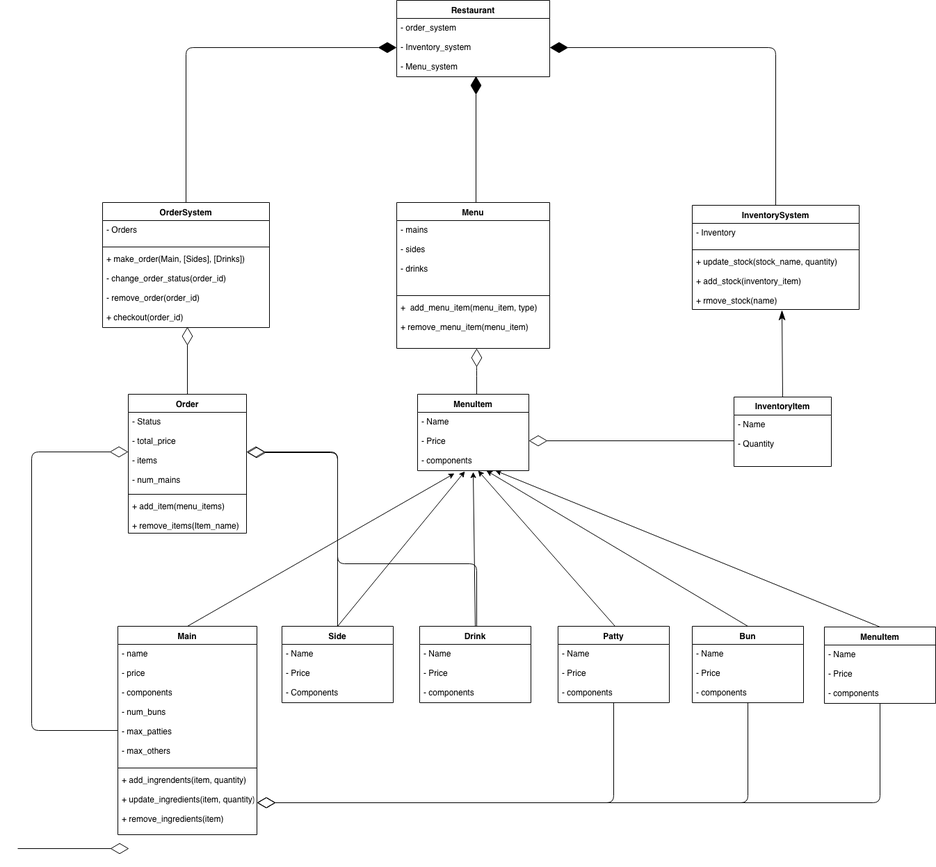
This is docs/uml_diagram.png from peterhuyxuan/SelfOrderingFoodSystem, a draw.io export, as it was before one commit. Source tidied: cells renumbered, new cells last; positions are measured from the earlier drawing's top-left corner, leaving out a move shared by most shapes.
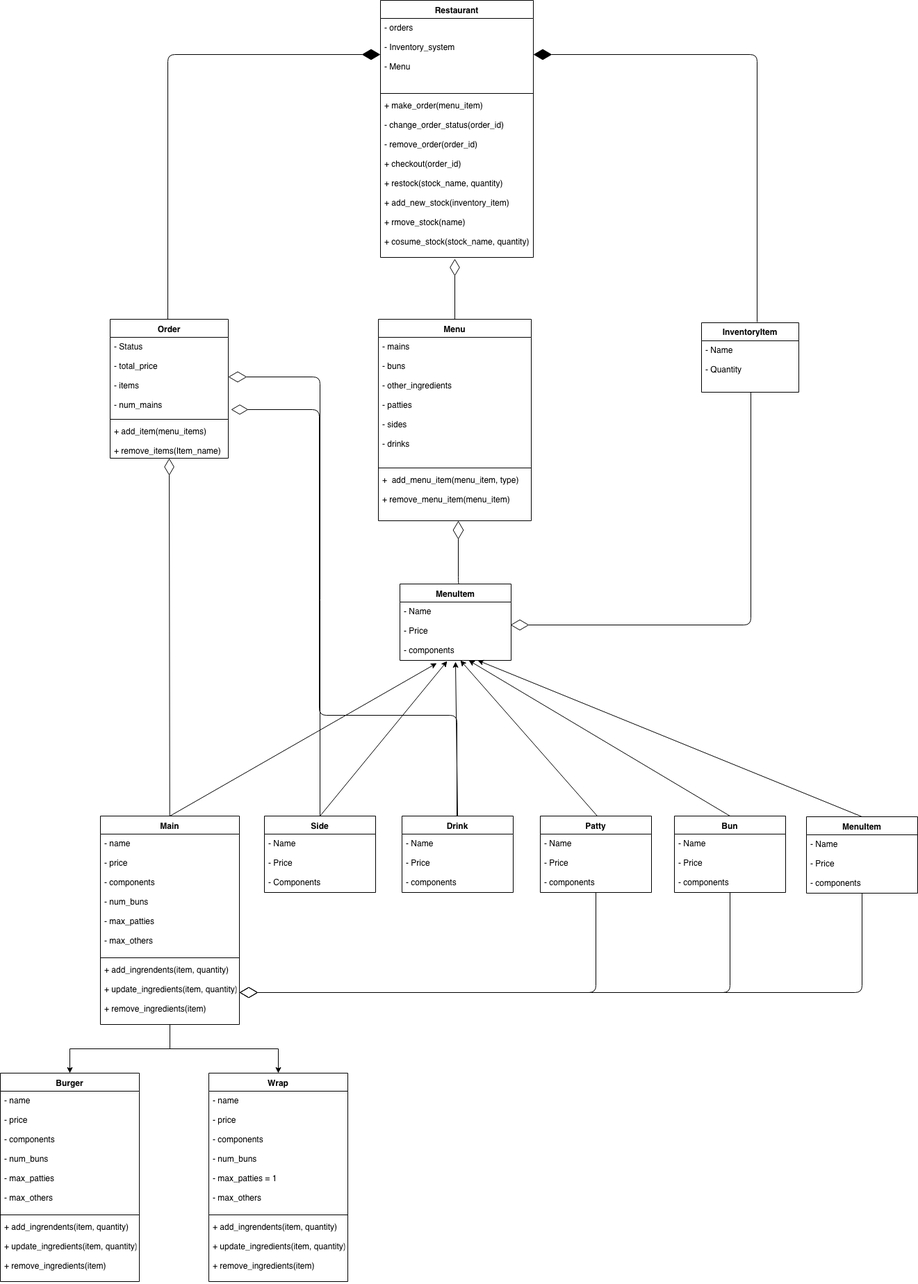
After the change.

Commit message:
added details for menu

What changed in the source:
```diff
@@ -3,66 +3,49 @@
     <mxCell id="0" />
     <mxCell id="1" parent="0" />
     <mxCell id="2" value="Restaurant" style="swimlane;fontStyle=1;align=center;verticalAlign=top;horizontal=1;startSize=26;" parent="1" vertex="1">
-      <mxGeometry x="545" width="220" height="110" as="geometry" />
+      <mxGeometry x="547" y="-273" width="220" height="370" as="geometry" />
     </mxCell>
-    <mxCell id="3" value="- order_system&#10;&#10;- Inventory_system&#10;&#10;- Menu_system&#10;&#10;" style="text;strokeColor=none;fillColor=none;align=left;verticalAlign=top;spacingLeft=4;spacingRight=4;overflow=hidden;points=[[0,0.5],[1,0.5]];portConstraint=eastwest;" parent="2" vertex="1">
-      <mxGeometry y="26" width="220" height="84" as="geometry" />
+    <mxCell id="3" value="- orders&#10;&#10;- Inventory_system&#10;&#10;- Menu&#10;" style="text;strokeColor=none;fillColor=none;align=left;verticalAlign=top;spacingLeft=4;spacingRight=4;overflow=hidden;points=[[0,0.5],[1,0.5]];portConstraint=eastwest;" parent="2" vertex="1">
+      <mxGeometry y="26" width="220" height="104" as="geometry" />
     </mxCell>
-    <mxCell id="4" style="edgeStyle=orthogonalEdgeStyle;rounded=1;orthogonalLoop=1;jettySize=auto;html=1;entryX=0.5;entryY=0.988;entryDx=0;entryDy=0;entryPerimeter=0;endFill=1;endArrow=diamondThin;endSize=24;" parent="1" edge="1">
-      <mxGeometry relative="1" as="geometry">
-        <mxPoint x="659" y="291" as="sourcePoint" />
-        <mxPoint x="659" y="109" as="targetPoint" />
-      </mxGeometry>
-    </mxCell>
+    <mxCell id="58" style="line;strokeWidth=1;fillColor=none;align=left;verticalAlign=middle;spacingTop=-1;spacingLeft=3;spacingRight=3;labelPosition=right;" parent="2" vertex="1">
+      <mxGeometry y="130" width="220" height="8" as="geometry" />
+    </mxCell>
+    <mxCell id="59" value="+ make_order(menu_item)&#10;&#10;- change_order_status(order_id)&#10;&#10;- remove_order(order_id)&#10;&#10;+ checkout(order_id)&#10;&#10;+ restock(stock_name, quantity)&#10;&#10;+ add_new_stock(inventory_item)&#10;&#10;+ rmove_stock(name)&#10;&#10;+ cosume_stock(stock_name, quantity)&#10;" style="text;strokeColor=none;fillColor=none;align=left;verticalAlign=top;spacingLeft=4;spacingRight=4;overflow=hidden;points=[[0,0.5],[1,0.5]];portConstraint=eastwest;" parent="2" vertex="1">
+      <mxGeometry y="138" width="220" height="232" as="geometry" />
+    </mxCell>
+    <mxCell id="60" style="edgeStyle=none;rounded=0;jettySize=auto;html=1;entryX=0.486;entryY=1.009;entryDx=0;entryDy=0;entryPerimeter=0;endArrow=diamondThin;endFill=0;endSize=22;" parent="1" edge="1" source="5" target="59">
+      <mxGeometry relative="1" as="geometry" />
+    </mxCell>
     <mxCell id="5" value="Menu" style="swimlane;fontStyle=1;align=center;verticalAlign=top;horizontal=1;startSize=26;" parent="1" vertex="1">
-      <mxGeometry x="545" y="291" width="220" height="210" as="geometry" />
+      <mxGeometry x="544" y="186" width="220" height="290" as="geometry" />
     </mxCell>
-    <mxCell id="6" value="- mains&#10;&#10;- sides&#10;&#10;- drinks" style="text;strokeColor=none;fillColor=none;align=left;verticalAlign=top;spacingLeft=4;spacingRight=4;overflow=hidden;" parent="5" vertex="1">
-      <mxGeometry y="26" width="220" height="104" as="geometry" />
+    <mxCell id="6" value="- mains&#10;&#10;- buns&#10;&#10;- other_ingredients&#10;&#10;- patties&#10;&#10;- sides&#10;&#10;- drinks" style="text;strokeColor=none;fillColor=none;align=left;verticalAlign=top;spacingLeft=4;spacingRight=4;overflow=hidden;" parent="5" vertex="1">
+      <mxGeometry y="26" width="220" height="184" as="geometry" />
     </mxCell>
     <mxCell id="7" style="line;strokeWidth=1;fillColor=none;align=left;verticalAlign=middle;spacingTop=-1;spacingLeft=3;spacingRight=3;labelPosition=right;" parent="5" vertex="1">
-      <mxGeometry y="130" width="220" height="8" as="geometry" />
+      <mxGeometry y="210" width="220" height="8" as="geometry" />
     </mxCell>
     <mxCell id="8" value="+  add_menu_item(menu_item, type)&#10;&#10;+ remove_menu_item(menu_item)&#10;&#10;" style="text;strokeColor=none;fillColor=none;align=left;verticalAlign=top;spacingLeft=4;spacingRight=4;overflow=hidden;" parent="5" vertex="1">
-      <mxGeometry y="138" width="220" height="72" as="geometry" />
+      <mxGeometry y="218" width="220" height="72" as="geometry" />
     </mxCell>
-    <mxCell id="9" style="edgeStyle=orthogonalEdgeStyle;rounded=1;jettySize=auto;html=1;entryX=0;entryY=0.5;entryDx=0;entryDy=0;endFill=1;endArrow=diamondThin;endSize=24;" parent="1" edge="1" source="10" target="3">
-      <mxGeometry relative="1" as="geometry" />
+    <mxCell id="9" style="edgeStyle=orthogonalEdgeStyle;rounded=1;jettySize=auto;html=1;entryX=0;entryY=0.5;entryDx=0;entryDy=0;endFill=1;endArrow=diamondThin;endSize=24;" parent="1" edge="1" target="3">
+      <mxGeometry relative="1" as="geometry">
+        <mxPoint x="241" y="186" as="sourcePoint" />
+      </mxGeometry>
     </mxCell>
-    <mxCell id="10" value="OrderSystem" style="swimlane;fontStyle=1;align=center;verticalAlign=top;horizontal=1;startSize=26;" parent="1" vertex="1">
-      <mxGeometry x="122" y="291" width="240" height="180" as="geometry" />
-    </mxCell>
-    <mxCell id="11" value="- Orders" style="text;strokeColor=none;fillColor=none;align=left;verticalAlign=top;spacingLeft=4;spacingRight=4;overflow=hidden;" parent="10" vertex="1">
-      <mxGeometry y="26" width="240" height="34" as="geometry" />
-    </mxCell>
-    <mxCell id="12" style="line;strokeWidth=1;fillColor=none;align=left;verticalAlign=middle;spacingTop=-1;spacingLeft=3;spacingRight=3;labelPosition=right;" parent="10" vertex="1">
-      <mxGeometry y="60" width="240" height="8" as="geometry" />
-    </mxCell>
-    <mxCell id="13" value="+ make_order(Main, [Sides], [Drinks])&#10;&#10;- change_order_status(order_id)&#10;&#10;- remove_order(order_id)&#10;&#10;+ checkout(order_id)&#10;" style="text;strokeColor=none;fillColor=none;align=left;verticalAlign=top;spacingLeft=4;spacingRight=4;overflow=hidden;points=[[0,0.5],[1,0.5]];portConstraint=eastwest;" parent="10" vertex="1">
-      <mxGeometry y="68" width="240" height="112" as="geometry" />
-    </mxCell>
-    <mxCell id="14" style="edgeStyle=orthogonalEdgeStyle;rounded=1;jettySize=auto;html=1;entryX=1;entryY=0.5;entryDx=0;entryDy=0;endFill=1;endArrow=diamondThin;endSize=24;" parent="1" edge="1" source="15" target="3">
-      <mxGeometry relative="1" as="geometry" />
+    <mxCell id="14" style="edgeStyle=orthogonalEdgeStyle;rounded=1;jettySize=auto;html=1;entryX=1;entryY=0.5;entryDx=0;entryDy=0;endFill=1;endArrow=diamondThin;endSize=24;" parent="1" edge="1" target="3">
+      <mxGeometry relative="1" as="geometry">
+        <mxPoint x="1089" y="190" as="sourcePoint" />
+      </mxGeometry>
     </mxCell>
-    <mxCell id="15" value="InventorySystem" style="swimlane;fontStyle=1;align=center;verticalAlign=top;horizontal=1;startSize=26;" parent="1" vertex="1">
-      <mxGeometry x="970" y="295" width="240" height="150" as="geometry" />
-    </mxCell>
-    <mxCell id="16" value="- Inventory" style="text;strokeColor=none;fillColor=none;align=left;verticalAlign=top;spacingLeft=4;spacingRight=4;overflow=hidden;" parent="15" vertex="1">
-      <mxGeometry y="26" width="240" height="34" as="geometry" />
-    </mxCell>
-    <mxCell id="17" style="line;strokeWidth=1;fillColor=none;align=left;verticalAlign=middle;spacingTop=-1;spacingLeft=3;spacingRight=3;labelPosition=right;" parent="15" vertex="1">
-      <mxGeometry y="60" width="240" height="8" as="geometry" />
-    </mxCell>
-    <mxCell id="18" value="+ update_stock(stock_name, quantity)&#10;&#10;+ add_stock(inventory_item)&#10;&#10;+ rmove_stock(name)" style="text;strokeColor=none;fillColor=none;align=left;verticalAlign=top;spacingLeft=4;spacingRight=4;overflow=hidden;" parent="15" vertex="1">
-      <mxGeometry y="68" width="240" height="82" as="geometry" />
-    </mxCell>
-    <mxCell id="19" style="edgeStyle=orthogonalEdgeStyle;rounded=1;orthogonalLoop=1;jettySize=auto;html=1;entryX=0.5;entryY=1;entryDx=0;entryDy=0;entryPerimeter=0;endFill=0;endArrow=diamondThin;endSize=24;" parent="1" edge="1">
+    <mxCell id="19" style="edgeStyle=orthogonalEdgeStyle;rounded=1;orthogonalLoop=1;jettySize=auto;html=1;endFill=0;endArrow=diamondThin;endSize=24;" parent="1" edge="1">
       <mxGeometry relative="1" as="geometry">
-        <mxPoint x="660" y="567" as="sourcePoint" />
-        <mxPoint x="660" y="501" as="targetPoint" />
+        <mxPoint x="659" y="567" as="sourcePoint" />
+        <mxPoint x="659" y="476" as="targetPoint" />
         <Array as="points">
-          <mxPoint x="660" y="531" />
-          <mxPoint x="660" y="531" />
+          <mxPoint x="663" y="567" />
+          <mxPoint x="659" y="567" />
         </Array>
       </mxGeometry>
     </mxCell>
@@ -72,16 +55,15 @@
     <mxCell id="21" value="- Name&#10;&#10;- Price&#10;&#10;- components&#10;" style="text;strokeColor=none;fillColor=none;align=left;verticalAlign=top;spacingLeft=4;spacingRight=4;overflow=hidden;points=[[0,0.5],[1,0.5]];portConstraint=eastwest;" parent="20" vertex="1">
       <mxGeometry y="26" width="160" height="84" as="geometry" />
     </mxCell>
-    <mxCell id="22" style="edgeStyle=orthogonalEdgeStyle;rounded=1;jettySize=auto;html=1;endFill=0;endArrow=diamondThin;endSize=24;" parent="1" edge="1" source="23">
-      <mxGeometry relative="1" as="geometry">
-        <mxPoint x="330" y="651" as="targetPoint" />
-        <Array as="points">
-          <mxPoint x="660" y="811" />
-          <mxPoint x="460" y="811" />
-          <mxPoint x="460" y="651" />
-        </Array>
-      </mxGeometry>
-    </mxCell>
+    <mxCell id="61" style="edgeStyle=orthogonalEdgeStyle;rounded=1;jettySize=auto;html=1;endArrow=diamondThin;endFill=0;endSize=22;entryX=1.024;entryY=0.912;entryDx=0;entryDy=0;entryPerimeter=0;" parent="1" edge="1" source="23" target="41">
+      <mxGeometry relative="1" as="geometry">
+        <Array as="points">
+          <mxPoint x="657" y="756" />
+          <mxPoint x="459" y="756" />
+          <mxPoint x="459" y="316" />
+        </Array>
+      </mxGeometry>
+    </mxCell>
     <mxCell id="23" value="Drink" style="swimlane;fontStyle=1;align=center;verticalAlign=top;horizontal=1;startSize=26;" parent="1" vertex="1">
       <mxGeometry x="578" y="901" width="160" height="110" as="geometry" />
     </mxCell>
@@ -115,14 +97,15 @@
     <mxCell id="33" value="- Name&#10;&#10;- Price&#10;&#10;- components&#10;" style="text;strokeColor=none;fillColor=none;align=left;verticalAlign=top;spacingLeft=4;spacingRight=4;overflow=hidden;" parent="32" vertex="1">
       <mxGeometry y="26" width="160" height="84" as="geometry" />
     </mxCell>
-    <mxCell id="34" style="edgeStyle=orthogonalEdgeStyle;rounded=1;jettySize=auto;html=1;entryX=0;entryY=0.5;entryDx=0;entryDy=0;endFill=0;endArrow=diamondThin;endSize=24;" parent="1" edge="1" source="35" target="41">
-      <mxGeometry relative="1" as="geometry">
-        <Array as="points">
-          <mxPoint x="20" y="1051" />
-          <mxPoint x="20" y="650" />
-        </Array>
-      </mxGeometry>
-    </mxCell>
+    <mxCell id="62" style="edgeStyle=none;rounded=0;jettySize=auto;html=1;endArrow=diamondThin;endFill=0;endSize=22;" parent="1" edge="1" source="35" target="43">
+      <mxGeometry relative="1" as="geometry" />
+    </mxCell>
+    <mxCell id="63" style="edgeStyle=orthogonalEdgeStyle;rounded=0;jettySize=auto;html=1;" parent="1" edge="1" source="35" target="69">
+      <mxGeometry relative="1" as="geometry" />
+    </mxCell>
+    <mxCell id="64" style="edgeStyle=orthogonalEdgeStyle;rounded=0;jettySize=auto;html=1;" parent="1" edge="1" source="35" target="65">
+      <mxGeometry relative="1" as="geometry" />
+    </mxCell>
     <mxCell id="35" value="Main" style="swimlane;fontStyle=1;align=center;verticalAlign=top;horizontal=1;startSize=26;" parent="1" vertex="1">
       <mxGeometry x="144" y="901" width="200" height="300" as="geometry" />
     </mxCell>
@@ -135,11 +118,32 @@
     <mxCell id="38" value="+ add_ingrendents(item, quantity)&#10;&#10;+ update_ingredients(item, quantity)&#10;&#10;+ remove_ingredients(item)" style="text;strokeColor=none;fillColor=none;align=left;verticalAlign=top;spacingLeft=4;spacingRight=4;overflow=hidden;points=[[0,0.5],[1,0.5]];portConstraint=eastwest;" parent="35" vertex="1">
       <mxGeometry y="208" width="200" height="92" as="geometry" />
     </mxCell>
-    <mxCell id="39" style="edgeStyle=orthogonalEdgeStyle;rounded=1;jettySize=auto;html=1;entryX=0.508;entryY=0.989;entryDx=0;entryDy=0;entryPerimeter=0;endFill=0;endArrow=diamondThin;endSize=24;" parent="1" edge="1" source="40" target="13">
-      <mxGeometry relative="1" as="geometry" />
-    </mxCell>
+    <mxCell id="65" value="Burger" style="swimlane;fontStyle=1;align=center;verticalAlign=top;horizontal=1;startSize=26;" parent="1" vertex="1">
+      <mxGeometry y="1271" width="200" height="300" as="geometry" />
+    </mxCell>
+    <mxCell id="66" value="- name&#10;&#10;- price&#10;&#10;- components&#10;&#10;- num_buns&#10;&#10;- max_patties&#10;&#10;- max_others" style="text;strokeColor=none;fillColor=none;align=left;verticalAlign=top;spacingLeft=4;spacingRight=4;overflow=hidden;" parent="65" vertex="1">
+      <mxGeometry y="26" width="200" height="174" as="geometry" />
+    </mxCell>
+    <mxCell id="67" style="line;strokeWidth=1;fillColor=none;align=left;verticalAlign=middle;spacingTop=-1;spacingLeft=3;spacingRight=3;labelPosition=right;" parent="65" vertex="1">
+      <mxGeometry y="200" width="200" height="8" as="geometry" />
+    </mxCell>
+    <mxCell id="68" value="+ add_ingrendents(item, quantity)&#10;&#10;+ update_ingredients(item, quantity)&#10;&#10;+ remove_ingredients(item)" style="text;strokeColor=none;fillColor=none;align=left;verticalAlign=top;spacingLeft=4;spacingRight=4;overflow=hidden;" parent="65" vertex="1">
+      <mxGeometry y="208" width="200" height="92" as="geometry" />
+    </mxCell>
+    <mxCell id="69" value="Wrap" style="swimlane;fontStyle=1;align=center;verticalAlign=top;horizontal=1;startSize=26;" parent="1" vertex="1">
+      <mxGeometry x="300" y="1271" width="200" height="300" as="geometry" />
+    </mxCell>
+    <mxCell id="70" value="- name&#10;&#10;- price&#10;&#10;- components&#10;&#10;- num_buns&#10;&#10;- max_patties = 1&#10;&#10;- max_others" style="text;strokeColor=none;fillColor=none;align=left;verticalAlign=top;spacingLeft=4;spacingRight=4;overflow=hidden;" parent="69" vertex="1">
+      <mxGeometry y="26" width="200" height="174" as="geometry" />
+    </mxCell>
+    <mxCell id="71" style="line;strokeWidth=1;fillColor=none;align=left;verticalAlign=middle;spacingTop=-1;spacingLeft=3;spacingRight=3;labelPosition=right;" parent="69" vertex="1">
+      <mxGeometry y="200" width="200" height="8" as="geometry" />
+    </mxCell>
+    <mxCell id="72" value="+ add_ingrendents(item, quantity)&#10;&#10;+ update_ingredients(item, quantity)&#10;&#10;+ remove_ingredients(item)" style="text;strokeColor=none;fillColor=none;align=left;verticalAlign=top;spacingLeft=4;spacingRight=4;overflow=hidden;" parent="69" vertex="1">
+      <mxGeometry y="208" width="200" height="92" as="geometry" />
+    </mxCell>
     <mxCell id="40" value="Order" style="swimlane;fontStyle=1;align=center;verticalAlign=top;horizontal=1;startSize=26;" parent="1" vertex="1">
-      <mxGeometry x="159" y="567" width="170" height="200" as="geometry" />
+      <mxGeometry x="158" y="186" width="170" height="200" as="geometry" />
     </mxCell>
     <mxCell id="41" value="- Status&#10;&#10;- total_price&#10;&#10;- items&#10;&#10;- num_mains&#10;&#10;" style="text;strokeColor=none;fillColor=none;align=left;verticalAlign=top;spacingLeft=4;spacingRight=4;overflow=hidden;points=[[0,0.5],[1,0.5]];portConstraint=eastwest;" parent="40" vertex="1">
       <mxGeometry y="26" width="170" height="114" as="geometry" />
@@ -180,27 +184,20 @@
     <mxCell id="52" style="endArrow=classic;html=1;exitX=0.5;exitY=0;exitDx=0;exitDy=0;rounded=0;entryX=0.619;entryY=1;entryDx=0;entryDy=0;entryPerimeter=0;" parent="1" edge="1" source="29" target="21">
       <mxGeometry relative="1" as="geometry" />
     </mxCell>
-    <mxCell id="53" style="edgeStyle=none;jettySize=auto;html=1;endArrow=classicThin;endFill=1;endSize=12;exitX=0.5;exitY=0;exitDx=0;exitDy=0;" parent="1" edge="1" source="54">
-      <mxGeometry relative="1" as="geometry">
-        <mxPoint x="1099" y="446" as="targetPoint" />
-      </mxGeometry>
-    </mxCell>
     <mxCell id="54" value="InventoryItem" style="swimlane;fontStyle=1;horizontal=1;startSize=26;fillColor=none;" parent="1" vertex="1">
-      <mxGeometry x="1030" y="571" width="140" height="100" as="geometry" />
+      <mxGeometry x="1009" y="191" width="140" height="100" as="geometry" />
     </mxCell>
     <mxCell id="55" value="- Name&#10;&#10;- Quantity" style="text;strokeColor=none;fillColor=none;align=left;verticalAlign=top;spacingLeft=4;spacingRight=4;overflow=hidden;points=[[0,0.5],[1,0.5]];portConstraint=eastwest;" parent="54" vertex="1">
       <mxGeometry y="26" width="140" height="74" as="geometry" />
     </mxCell>
-    <mxCell id="56" style="edgeStyle=none;jettySize=auto;html=1;entryX=1;entryY=0.5;entryDx=0;entryDy=0;endArrow=diamondThin;exitX=0;exitY=0.5;exitDx=0;exitDy=0;rounded=1;endFill=0;endSize=24;" parent="1" edge="1" source="55">
+    <mxCell id="56" style="jettySize=auto;html=1;endArrow=diamondThin;exitX=0.507;exitY=1;exitDx=0;exitDy=0;rounded=1;endFill=0;endSize=24;exitPerimeter=0;edgeStyle=orthogonalEdgeStyle;" parent="1" edge="1" source="55">
       <mxGeometry relative="1" as="geometry">
-        <mxPoint x="735" y="634" as="targetPoint" />
+        <mxPoint x="734" y="626" as="targetPoint" />
+        <Array as="points">
+          <mxPoint x="1080" y="626" />
+          <mxPoint x="734" y="626" />
+        </Array>
       </mxGeometry>
     </mxCell>
-    <mxCell id="57" style="endArrow=diamondThin;endFill=0;endSize=24;html=1;" parent="1" edge="1">
-      <mxGeometry relative="1" as="geometry">
-        <mxPoint y="1221" as="sourcePoint" />
-        <mxPoint x="160" y="1221" as="targetPoint" />
-      </mxGeometry>
-    </mxCell>
   </root>
 </mxGraphModel>
```
